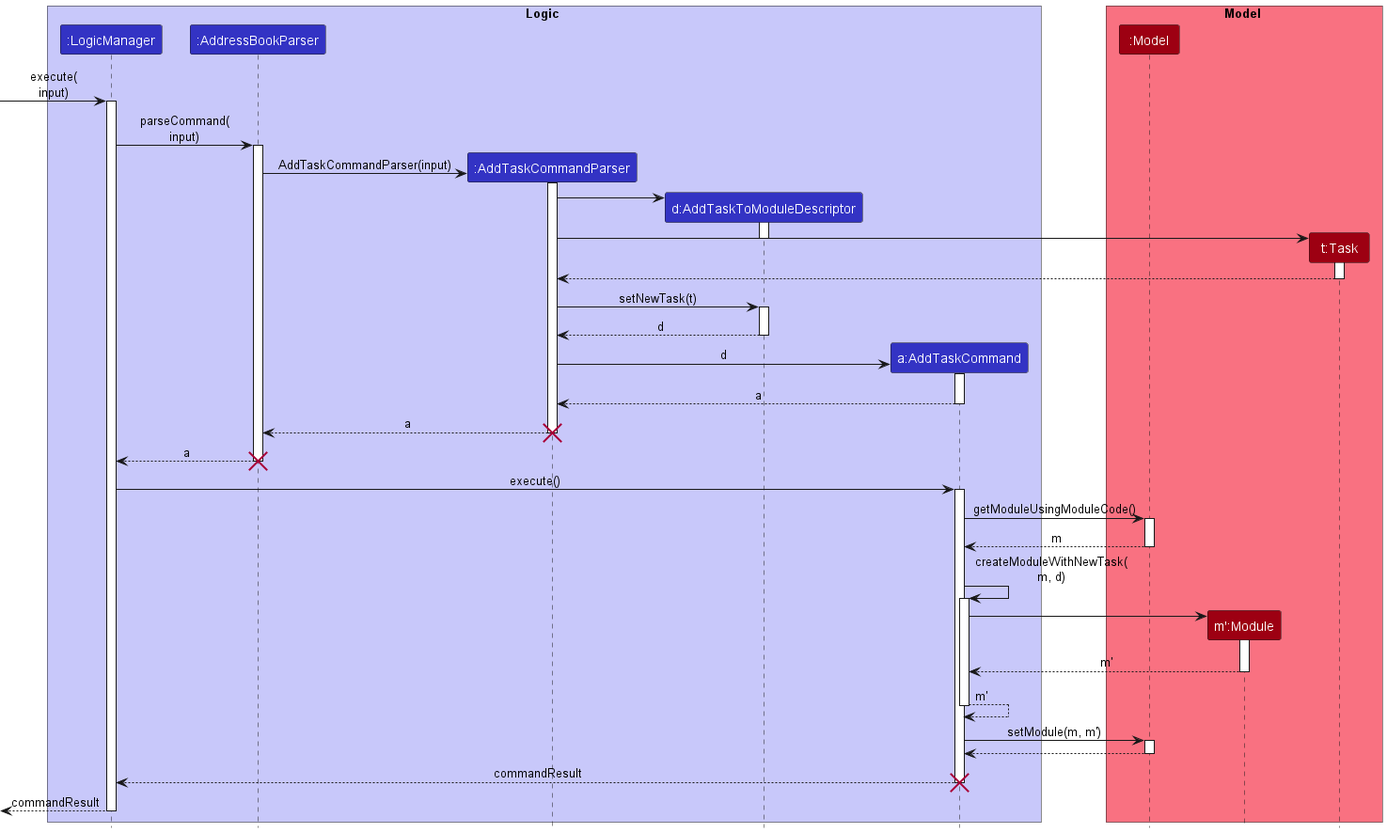
This is docs/images/AddDeleteSwapTaskFeature/AddTaskSequenceDiagram.png from nus-cs2103-AY2223S1/tp, a PlantUML export, as it was before one commit. Its diagram source:
```plantuml
@startuml
!include ../style.puml

box Logic LOGIC_COLOR_T1
participant ":LogicManager" as LogicManager LOGIC_COLOR
participant ":AddressBookParser" as AddressBookParser LOGIC_COLOR
participant ":AddTaskCommandParser" as AddTaskCommandParser LOGIC_COLOR
participant "d:AddTaskToModuleDescriptor" as AddTaskToModuleDescriptor LOGIC_COLOR
participant "a:AddTaskCommand" as AddTaskCommand LOGIC_COLOR
end box

box Model MODEL_COLOR_T1
participant ":Model" as Model MODEL_COLOR
participant "m':Module" as Module MODEL_COLOR
participant "t:Task" as Task MODEL_COLOR
end box
[-> LogicManager : execute(\ninput)
activate LogicManager

LogicManager -> AddressBookParser : parseCommand(\ninput)
activate AddressBookParser

create AddTaskCommandParser
AddressBookParser -> AddTaskCommandParser : AddTaskCommandParser(input)
activate AddTaskCommandParser

create AddTaskToModuleDescriptor
AddTaskCommandParser -> AddTaskToModuleDescriptor
activate AddTaskToModuleDescriptor

create Task
AddTaskCommandParser -> Task
activate Task
deactivate AddTaskToModuleDescriptor

Task --> AddTaskCommandParser
deactivate Task

AddTaskCommandParser -> AddTaskToModuleDescriptor : setNewTask(t)
activate AddTaskToModuleDescriptor

AddTaskToModuleDescriptor --> AddTaskCommandParser : d
deactivate AddTaskToModuleDescriptor

create AddTaskCommand
AddTaskCommandParser -> AddTaskCommand : d
activate AddTaskCommand

AddTaskCommand --> AddTaskCommandParser : a
deactivate AddTaskCommand

AddTaskCommandParser --> AddressBookParser : a
destroy AddTaskCommandParser

AddressBookParser --> LogicManager : a
destroy AddressBookParser

LogicManager -> AddTaskCommand : execute()
activate AddTaskCommand

AddTaskCommand -> Model : getModuleUsingModuleCode()
activate Model

Model --> AddTaskCommand : m
deactivate Model

AddTaskCommand -> AddTaskCommand :createModuleWithNewTask(\nm, d)
activate AddTaskCommand

create Module
AddTaskCommand -> Module
activate Module

Module --> AddTaskCommand : m'
deactivate Module

AddTaskCommand --> AddTaskCommand : m'
deactivate AddTaskCommand

AddTaskCommand -> Model : setModule(m, m')
activate Model

Model --> AddTaskCommand
deactivate Model

AddTaskCommand --> LogicManager : commandResult
destroy AddTaskCommand

[<--LogicManager : commandResult
deactivate LogicManager
@enduml
```
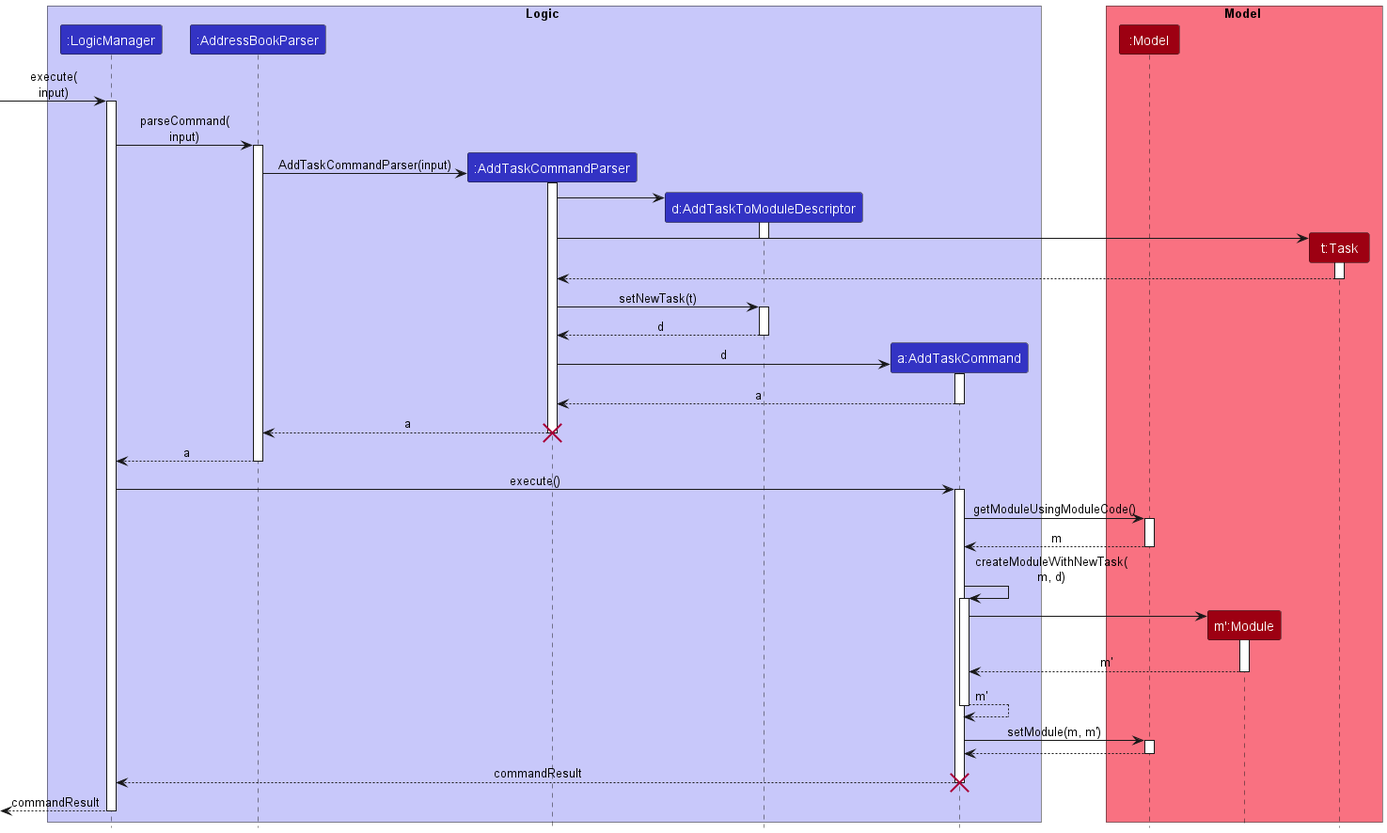
Above is the later version.

Change to the diagram source:
```diff
@@ -53,7 +53,7 @@
 destroy AddTaskCommandParser
 
 AddressBookParser --> LogicManager : a
-destroy AddressBookParser
+deactivate AddressBookParser
 
 LogicManager -> AddTaskCommand : execute()
 activate AddTaskCommand
```
